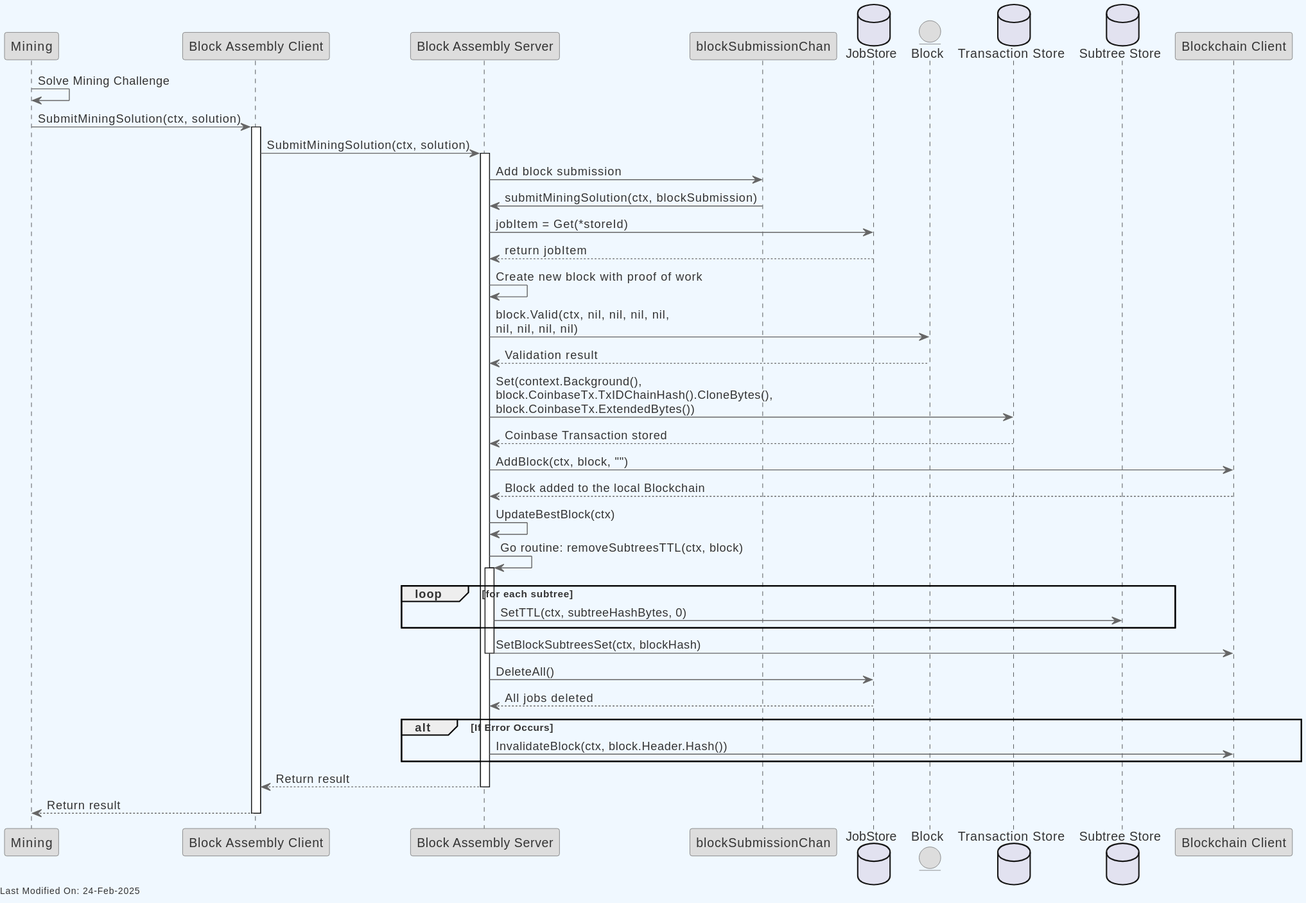
freemans13/teranode keeps this PlantUML diagram as docs/topics/services/img/plantuml/blockassembly/block_assembly_submit_mining_solution.svg. Above is the earlier version. Its source is kept beside it as docs/topics/services/img/plantuml/blockassembly/block_assembly_submit_mining_solution.puml.
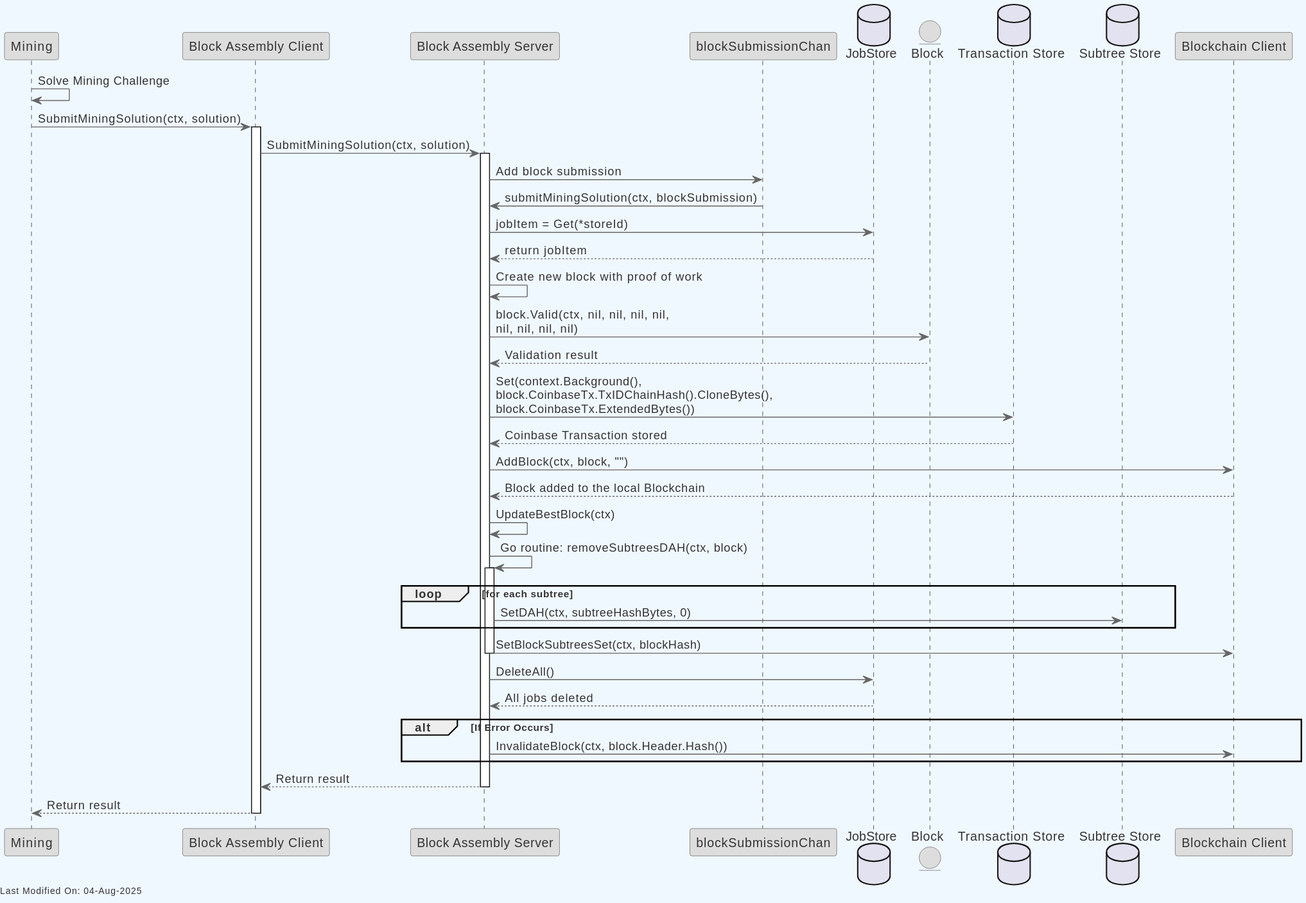
Above is the later version.

Change to the diagram source:
```diff
@@ -55,10 +55,10 @@
 
 Server -> Server : UpdateBestBlock(ctx)
 
-Server -> Server : Go routine: removeSubtreesTTL(ctx, block)
+Server -> Server : Go routine: removeSubtreesDAH(ctx, block)
 activate Server
 loop for each subtree
-    Server -> SubtreeStore : SetTTL(ctx, subtreeHashBytes, 0)
+    Server -> SubtreeStore : SetDAH(ctx, subtreeHashBytes, 0)
 end
 Server -> BlockchainClient : SetBlockSubtreesSet(ctx, blockHash)
 deactivate Server
```
